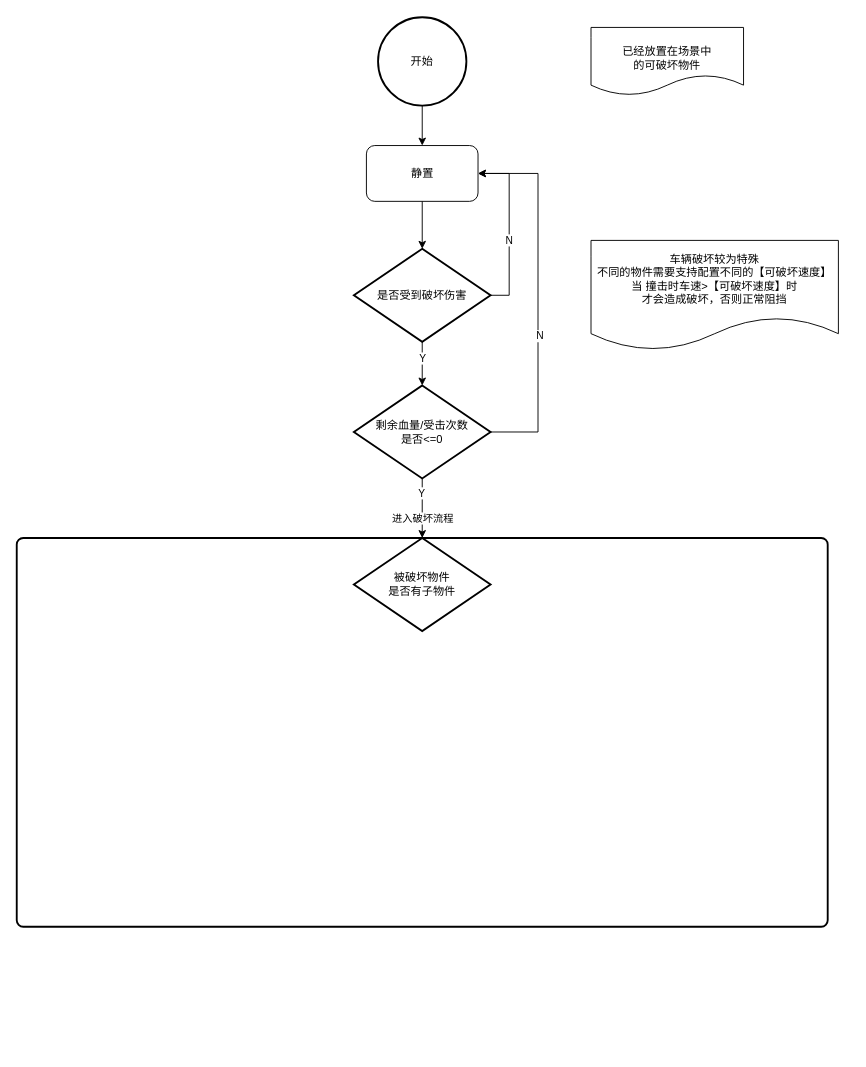
Before: 路边可破坏物件.drawio in LittleTrain0321/15150400109Wy, a draw.io diagram. Source tidied: cells renumbered, new cells numbered last; positions are measured from the earlier drawing's top-left corner, leaving out a move shared by most shapes. Both pictures are drawn from the tidied source at 93%, with x=0, y=0 at pixel (17, 17).
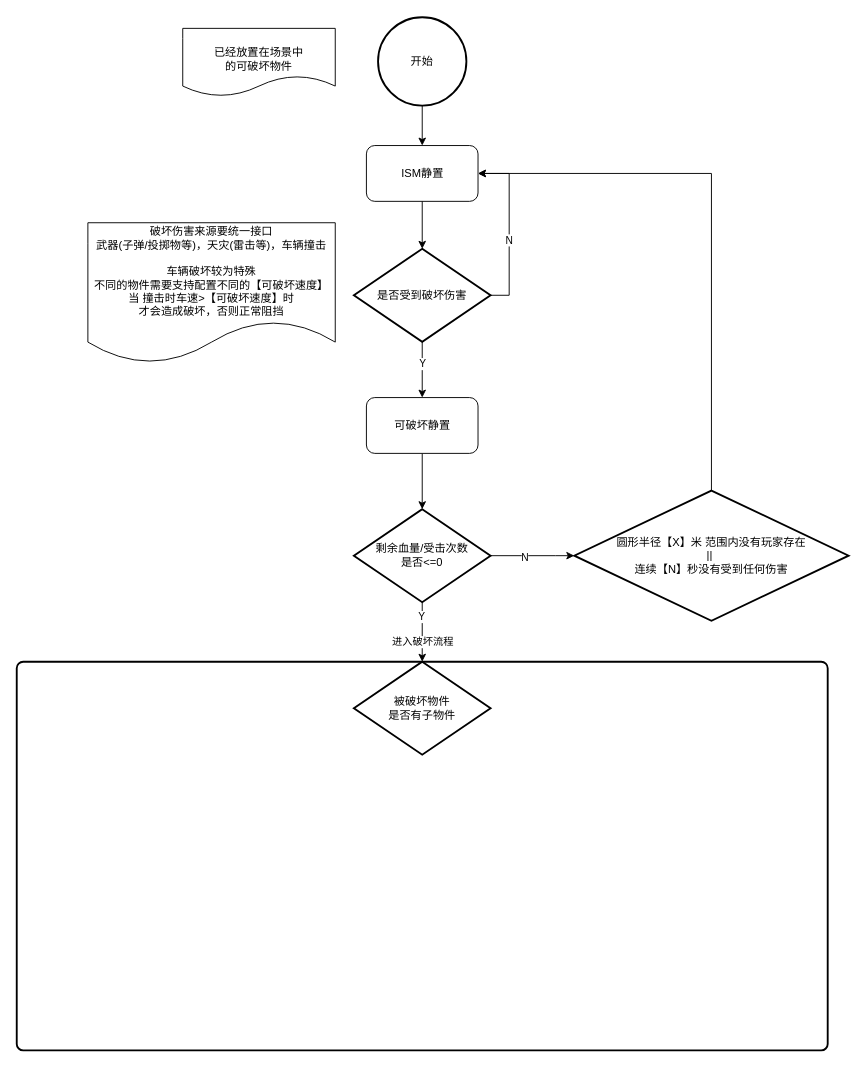
The same diagram, later.

Commit message:
更新路边可破坏物件.drawio

The change refers to these unchanged cells:
```xml
<mxCell id="7" value="是否受到破坏伤害" style="strokeWidth=2;html=1;shape=mxgraph.flowchart.decision;whiteSpace=wrap;" parent="1" vertex="1">
  <mxGeometry x="362" y="249" width="147" height="100" as="geometry" />
</mxCell>
```

The edit, as a diff of the source:
```diff
@@
     <mxCell id="2" style="rounded=1;whiteSpace=wrap;html=1;absoluteArcSize=1;arcSize=14;strokeWidth=2;" parent="1" vertex="1">
-      <mxGeometry x="-0.5" y="560" width="872" height="418" as="geometry" />
+      <mxGeometry x="-0.5" y="693" width="872" height="418" as="geometry" />
     </mxCell>
@@
-    <mxCell id="8" value="静置" style="rounded=1;whiteSpace=wrap;html=1;" parent="1" vertex="1">
+    <mxCell id="8" value="ISM静置" style="rounded=1;whiteSpace=wrap;html=1;" parent="1" vertex="1">
       <mxGeometry x="375.5" y="138" width="120" height="60" as="geometry" />
     </mxCell>
@@
-    <mxCell id="10" value="车辆破坏较为特殊&lt;div&gt;不同的物件需要支持配置不同的【可破坏速度】&lt;/div&gt;&lt;div&gt;当 撞击时车速&amp;gt;&lt;span style=&quot;background-color: initial;&quot;&gt;【可破坏速度】&lt;/span&gt;时&lt;/div&gt;&lt;div&gt;才会造成破坏，否则正常阻挡&lt;/div&gt;" style="shape=document;whiteSpace=wrap;html=1;boundedLbl=1;" parent="1" vertex="1">
-      <mxGeometry x="617" y="240" width="266" height="118" as="geometry" />
+    <mxCell id="10" value="&lt;div&gt;破坏伤害来源要统一接口&lt;/div&gt;&lt;div&gt;武器(子弹/投掷物等)，天灾(雷击等)，车辆撞击&lt;/div&gt;&lt;div&gt;&lt;br&gt;&lt;/div&gt;车辆破坏较为特殊&lt;div&gt;不同的物件需要支持配置不同的【可破坏速度】&lt;/div&gt;&lt;div&gt;当 撞击时车速&amp;gt;&lt;span style=&quot;background-color: initial;&quot;&gt;【可破坏速度】&lt;/span&gt;时&lt;/div&gt;&lt;div&gt;才会造成破坏，否则正常阻挡&lt;/div&gt;" style="shape=document;whiteSpace=wrap;html=1;boundedLbl=1;" parent="1" vertex="1">
+      <mxGeometry x="76" y="221" width="266" height="151" as="geometry" />
     </mxCell>
@@
     <mxCell id="12" value="&lt;br&gt;&lt;div style=&quot;forced-color-adjust: none; color: rgb(0, 0, 0); font-family: Helvetica; font-size: 12px; font-style: normal; font-variant-ligatures: normal; font-variant-caps: normal; font-weight: 400; letter-spacing: normal; orphans: 2; text-indent: 0px; text-transform: none; widows: 2; word-spacing: 0px; -webkit-text-stroke-width: 0px; white-space: normal; text-decoration-thickness: initial; text-decoration-style: initial; text-decoration-color: initial; text-align: center; background-color: rgb(255, 255, 255);&quot;&gt;已经放置在场景中&lt;/div&gt;&lt;div style=&quot;forced-color-adjust: none; color: rgb(0, 0, 0); font-family: Helvetica; font-size: 12px; font-style: normal; font-variant-ligatures: normal; font-variant-caps: normal; font-weight: 400; letter-spacing: normal; orphans: 2; text-indent: 0px; text-transform: none; widows: 2; word-spacing: 0px; -webkit-text-stroke-width: 0px; white-space: normal; text-decoration-thickness: initial; text-decoration-style: initial; text-decoration-color: initial; text-align: center; background-color: rgb(255, 255, 255);&quot;&gt;的可破坏物件&lt;/div&gt;" style="shape=document;whiteSpace=wrap;html=1;boundedLbl=1;" parent="1" vertex="1">
-      <mxGeometry x="617" y="11" width="164" height="73" as="geometry" />
+      <mxGeometry x="178" y="12" width="164" height="73" as="geometry" />
     </mxCell>
@@
-    <mxCell id="16" style="edgeStyle=orthogonalEdgeStyle;rounded=0;jettySize=auto;html=1;exitX=1;exitY=0.5;exitDx=0;exitDy=0;exitPerimeter=0;entryX=1;entryY=0.5;entryDx=0;entryDy=0;" parent="1" edge="1" source="18" target="8">
+    <mxCell id="16" style="edgeStyle=orthogonalEdgeStyle;rounded=0;jettySize=auto;html=1;exitX=1;exitY=0.5;exitDx=0;exitDy=0;exitPerimeter=0;entryX=0;entryY=0.5;entryDx=0;entryDy=0;entryPerimeter=0;" parent="1" edge="1" source="18" target="25">
       <mxGeometry relative="1" as="geometry">
         <Array as="points">
-          <mxPoint x="560" y="446" />
-          <mxPoint x="560" y="168" />
+          <mxPoint x="579" y="579" />
+          <mxPoint x="579" y="579" />
         </Array>
       </mxGeometry>
     </mxCell>
@@
     <mxCell id="18" value="剩余血量/受击次数&lt;div&gt;是否&amp;lt;=0&lt;/div&gt;" style="strokeWidth=2;html=1;shape=mxgraph.flowchart.decision;whiteSpace=wrap;" parent="1" vertex="1">
-      <mxGeometry x="362" y="396" width="147" height="100" as="geometry" />
+      <mxGeometry x="362" y="529" width="147" height="100" as="geometry" />
     </mxCell>
-    <mxCell id="19" style="edgeStyle=orthogonalEdgeStyle;rounded=0;jettySize=auto;html=1;exitX=0.5;exitY=1;exitDx=0;exitDy=0;exitPerimeter=0;entryX=0.5;entryY=0;entryDx=0;entryDy=0;entryPerimeter=0;" parent="1" edge="1" source="7" target="18">
+    <mxCell id="19" style="edgeStyle=orthogonalEdgeStyle;rounded=0;jettySize=auto;html=1;exitX=0.5;exitY=1;exitDx=0;exitDy=0;exitPerimeter=0;entryX=0.5;entryY=0;entryDx=0;entryDy=0;entryPerimeter=0;" parent="1" edge="1" source="23" target="18">
       <mxGeometry relative="1" as="geometry" />
     </mxCell>
+    <mxCell id="21" value="被破坏物件&lt;div&gt;是否有子物件&lt;/div&gt;" style="strokeWidth=2;html=1;shape=mxgraph.flowchart.decision;whiteSpace=wrap;" parent="1" vertex="1">
+      <mxGeometry x="362" y="693" width="147" height="100" as="geometry" />
+    </mxCell>
+    <mxCell id="22" style="edgeStyle=orthogonalEdgeStyle;rounded=0;jettySize=auto;html=1;exitX=0.5;exitY=1;exitDx=0;exitDy=0;exitPerimeter=0;entryX=0.5;entryY=0;entryDx=0;entryDy=0;entryPerimeter=0;" parent="1" edge="1" source="7" target="23">
+      <mxGeometry relative="1" as="geometry" />
+    </mxCell>
-    <mxCell id="20" value="Y" style="edgeLabel;html=1;align=center;verticalAlign=middle;" parent="19" vertex="1">
+    <mxCell id="20" value="Y" style="edgeLabel;html=1;align=center;verticalAlign=middle;" parent="22" vertex="1">
       <mxGeometry x="-0.29" y="-3" relative="1" as="geometry">
-        <mxPoint x="3" as="offset" />
+        <mxPoint x="3" y="2" as="offset" />
       </mxGeometry>
     </mxCell>
-    <mxCell id="21" value="被破坏物件&lt;div&gt;是否有子物件&lt;/div&gt;" style="strokeWidth=2;html=1;shape=mxgraph.flowchart.decision;whiteSpace=wrap;" parent="1" vertex="1">
-      <mxGeometry x="362" y="560" width="147" height="100" as="geometry" />
-    </mxCell>
+    <mxCell id="23" value="可破坏静置" style="rounded=1;whiteSpace=wrap;html=1;" parent="1" vertex="1">
+      <mxGeometry x="375.5" y="409" width="120" height="60" as="geometry" />
+    </mxCell>
+    <mxCell id="24" style="edgeStyle=orthogonalEdgeStyle;rounded=0;jettySize=auto;html=1;exitX=0.5;exitY=0;exitDx=0;exitDy=0;exitPerimeter=0;entryX=1;entryY=0.5;entryDx=0;entryDy=0;" parent="1" edge="1" source="25" target="8">
+      <mxGeometry relative="1" as="geometry" />
+    </mxCell>
+    <mxCell id="25" value="圆形半径【X】米 范围内没有玩家存在&lt;div&gt;&lt;span style=&quot;background-color: initial;&quot;&gt;||&amp;nbsp;&lt;/span&gt;&lt;div&gt;连续【N】秒没有受到任何伤害&lt;/div&gt;&lt;/div&gt;" style="strokeWidth=2;html=1;shape=mxgraph.flowchart.decision;whiteSpace=wrap;" parent="1" vertex="1">
+      <mxGeometry x="599" y="509" width="295" height="140" as="geometry" />
+    </mxCell>
```
